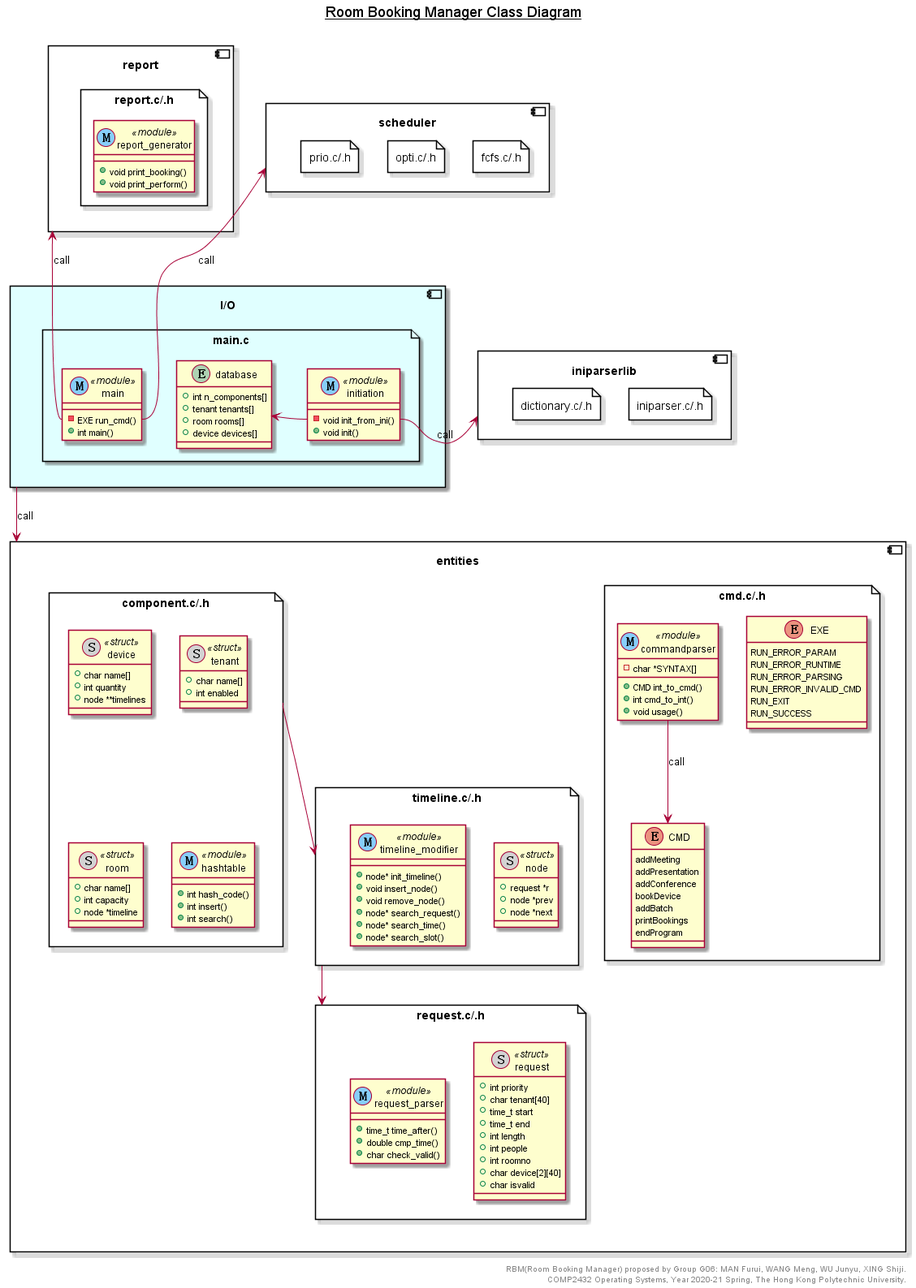
Above: res/img/class_diagram.png in toolsmax0/COMP2432_RBM (PlantUML), before the change.
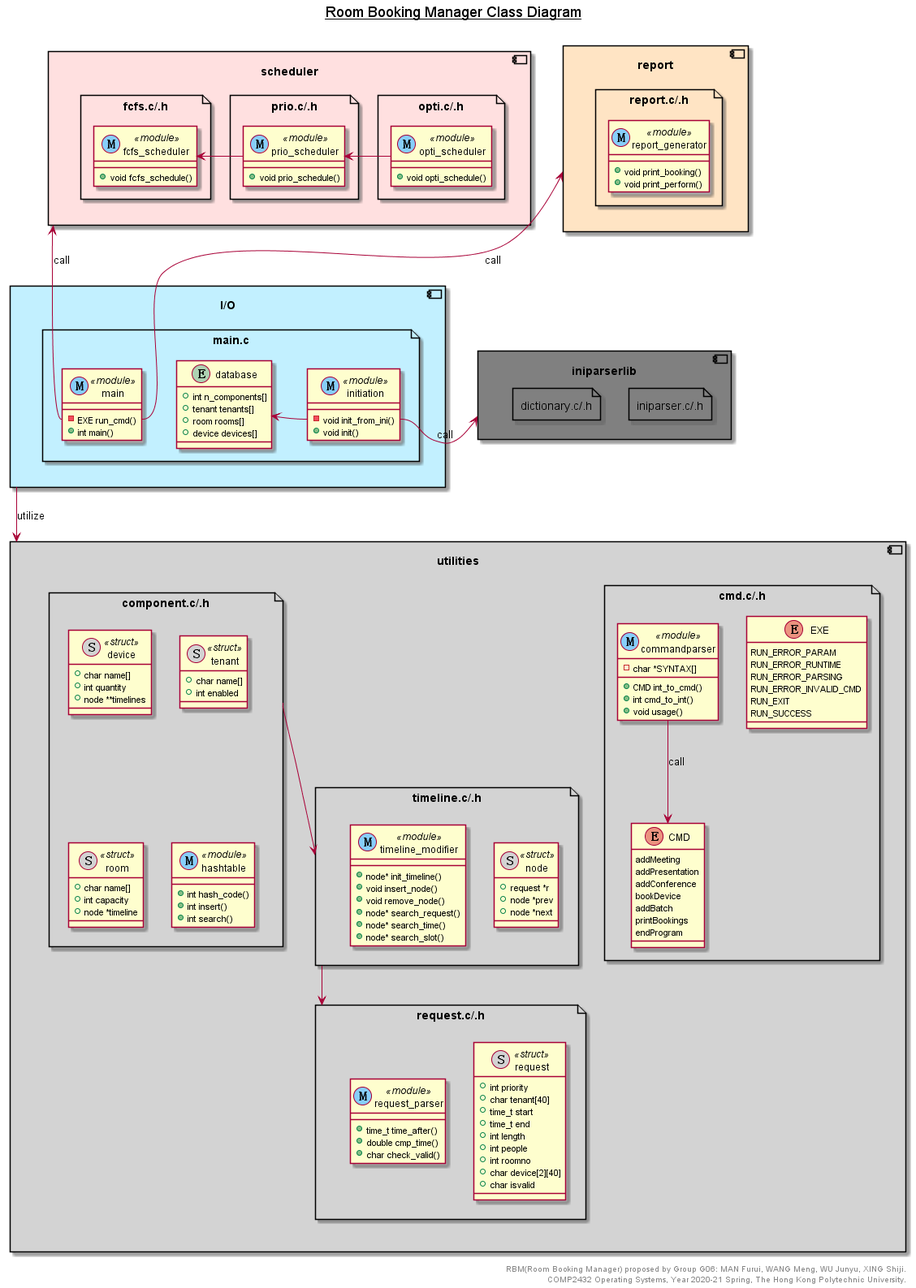
The same diagram one commit later.

Change to the diagram source:
```diff
@@ -3,7 +3,7 @@
 
 skinparam BackgroundColor transparent
 
-component report {
+component report #bisque {
     file reportfile as "report.c/.h" {
         class report_generator <<(M, lightskyblue) module>> {
             +void print_booking()
@@ -11,18 +11,26 @@
         }
     }
 }
-component scheduler {
-    file fcfs.c/.h {
-
-    }
+component scheduler #implementation {
     file opti.c/.h {
-
+        class opti_scheduler <<(M, lightskyblue) module>> {
+            +void opti_schedule()
+        }
     }
     file prio.c/.h {
-
+        class prio_scheduler <<(M, lightskyblue) module>> {
+            +void prio_schedule()
+        }
     }
+    file fcfs.c/.h {
+        class fcfs_scheduler <<(M, lightskyblue) module>> {
+            +void fcfs_schedule()
+        }
+    }
+    opti_scheduler -> prio_scheduler
+    prio_scheduler -> fcfs_scheduler
 }
-component entities {
+component utilities #lightgray {
     file cmd as "cmd.c/.h" {
         enum EXE {
             RUN_ERROR_PARAM
@@ -107,14 +115,13 @@
     componentc --> timelinec
     timelinec --> requestc
 }
-
-component iniparserlib {
+component iniparserlib #gray {
     file iniparser as "iniparser.c/.h" {
     }
     file dictionary as "dictionary.c/.h" {
     }
 }
-component IO as "I/O" #lightcyan {
+component IO as "I/O" #application {
     file mainc as "main.c" {
         class main <<(M, lightskyblue) module>> {
             -EXE run_cmd()
@@ -133,12 +140,10 @@
 
         initiation::init_from_ini -left-> database
     }
-
 }
 
-
 main::run_cmd -up-> scheduler :call
-IO -down-> entities :call
+IO -down-> utilities :utilize
 main::run_cmd -up-> report :call
 
 initiation::init_from_ini -> iniparserlib :call
```
